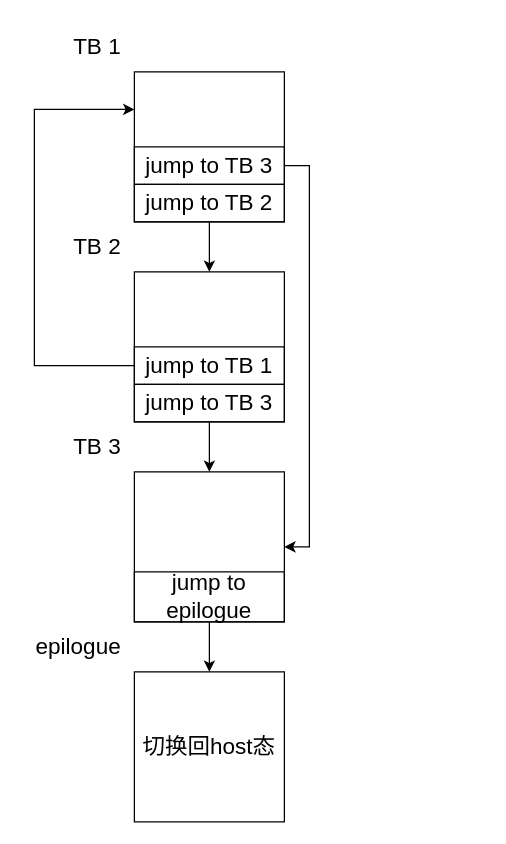
Before: page "第 22 页" (24 of 43) of lajit.drawio in ganjue66da/ganjue66da, a draw.io diagram. Source tidied: cells renumbered, new cells numbered last; positions are measured from the earlier drawing's top-left corner, leaving out a move shared by most shapes. Both pictures are drawn from the tidied source at 125%, with x=0, y=0 at pixel (21, 21).
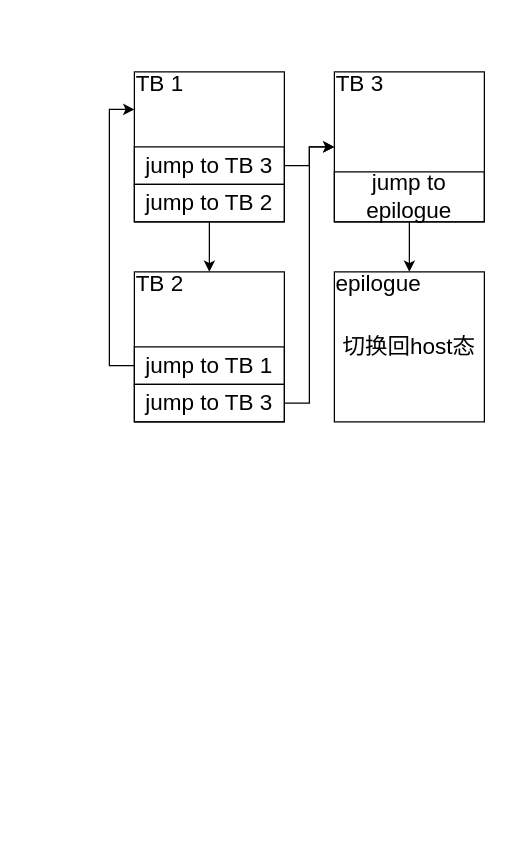
The same page after the edit.

The change refers to these unchanged cells:
```xml
<mxCell id="2" style="whiteSpace=wrap;html=1;fontSize=18;fillColor=none;" parent="1" vertex="1">
  <mxGeometry x="90" y="40" width="120" height="120" as="geometry" />
</mxCell>
<mxCell id="4" value="jump to TB 3" style="rounded=0;whiteSpace=wrap;html=1;fontSize=18;fillColor=none;" parent="1" vertex="1">
  <mxGeometry x="90" y="100" width="120" height="30" as="geometry" />
</mxCell>
<mxCell id="9" value="jump to TB 1" style="rounded=0;whiteSpace=wrap;html=1;fontSize=18;fillColor=none;" parent="1" vertex="1">
  <mxGeometry x="90" y="260" width="120" height="30" as="geometry" />
</mxCell>
<mxCell id="11" value="jump to TB 3" style="rounded=0;whiteSpace=wrap;html=1;fontSize=18;fillColor=none;" parent="1" vertex="1">
  <mxGeometry x="90" y="290" width="120" height="30" as="geometry" />
</mxCell>
```

Change to the diagram source:
```diff
@@
-    <mxCell id="3" style="edgeStyle=orthogonalEdgeStyle;rounded=0;jettySize=auto;html=1;exitX=1;exitY=0.5;exitDx=0;exitDy=0;entryX=1;entryY=0.5;entryDx=0;entryDy=0;fontSize=18;" parent="1" edge="1" source="4" target="14">
+    <mxCell id="3" style="edgeStyle=orthogonalEdgeStyle;rounded=0;jettySize=auto;html=1;entryX=0;entryY=0.5;entryDx=0;entryDy=0;" parent="1" edge="1" source="4" target="14">
       <mxGeometry relative="1" as="geometry" />
     </mxCell>
@@
     <mxCell id="8" style="edgeStyle=orthogonalEdgeStyle;rounded=0;jettySize=auto;html=1;exitX=0;exitY=0.5;exitDx=0;exitDy=0;entryX=0;entryY=0.25;entryDx=0;entryDy=0;fontSize=18;" parent="1" edge="1" source="9" target="2">
       <mxGeometry x="0.18" y="80" relative="1" as="geometry">
         <Array as="points">
-          <mxPoint x="10" y="275" />
-          <mxPoint x="10" y="70" />
+          <mxPoint x="70" y="275" />
+          <mxPoint x="70" y="70" />
         </Array>
       </mxGeometry>
     </mxCell>
@@
-    <mxCell id="10" style="edgeStyle=orthogonalEdgeStyle;rounded=0;jettySize=auto;html=1;fontSize=18;" parent="1" edge="1" source="11" target="14">
+    <mxCell id="10" style="edgeStyle=orthogonalEdgeStyle;rounded=0;jettySize=auto;html=1;exitX=1;exitY=0.5;exitDx=0;exitDy=0;entryX=0;entryY=0.5;entryDx=0;entryDy=0;" parent="1" edge="1" source="11" target="14">
       <mxGeometry relative="1" as="geometry" />
     </mxCell>
@@
     <mxCell id="12" value="TB 1" style="text;html=1;align=center;verticalAlign=middle;strokeColor=none;fillColor=none;fontSize=18;" parent="1" vertex="1">
-      <mxGeometry x="30" width="60" height="40" as="geometry" />
+      <mxGeometry x="80" y="30" width="60" height="40" as="geometry" />
     </mxCell>
     <mxCell id="13" value="TB 2" style="text;html=1;align=center;verticalAlign=middle;strokeColor=none;fillColor=none;fontSize=18;" parent="1" vertex="1">
-      <mxGeometry x="30" y="160" width="60" height="40" as="geometry" />
+      <mxGeometry x="80" y="190" width="60" height="40" as="geometry" />
     </mxCell>
     <mxCell id="14" style="whiteSpace=wrap;html=1;fontSize=18;fillColor=none;" parent="1" vertex="1">
-      <mxGeometry x="90" y="360" width="120" height="120" as="geometry" />
+      <mxGeometry x="250" y="40" width="120" height="120" as="geometry" />
     </mxCell>
@@
     <mxCell id="16" value="jump to epilogue" style="rounded=0;whiteSpace=wrap;html=1;fontSize=18;fillColor=none;" parent="1" vertex="1">
-      <mxGeometry x="90" y="440" width="120" height="40" as="geometry" />
+      <mxGeometry x="250" y="120" width="120" height="40" as="geometry" />
     </mxCell>
     <mxCell id="17" value="TB 3" style="text;html=1;align=center;verticalAlign=middle;strokeColor=none;fillColor=none;fontSize=18;" parent="1" vertex="1">
-      <mxGeometry x="30" y="320" width="60" height="40" as="geometry" />
+      <mxGeometry x="240" y="30" width="60" height="40" as="geometry" />
     </mxCell>
     <mxCell id="18" value="切换回host态" style="whiteSpace=wrap;html=1;fontSize=18;fillColor=none;" parent="1" vertex="1">
-      <mxGeometry x="90" y="520" width="120" height="120" as="geometry" />
+      <mxGeometry x="250" y="200" width="120" height="120" as="geometry" />
     </mxCell>
     <mxCell id="19" value="epilogue" style="text;html=1;align=center;verticalAlign=middle;strokeColor=none;fillColor=none;fontSize=18;" parent="1" vertex="1">
-      <mxGeometry y="480" width="90" height="40" as="geometry" />
+      <mxGeometry x="240" y="190" width="90" height="40" as="geometry" />
     </mxCell>
```
